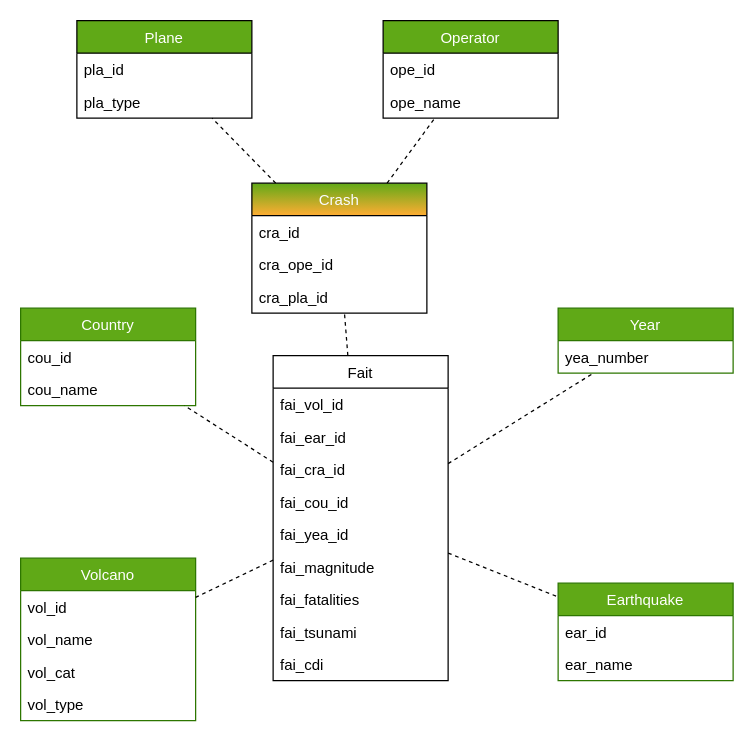
Above: projmod.drawio in MarcVo00/BiProject (draw.io), before the change. Source tidied: cells renumbered, new cells numbered last; positions are measured from the earlier drawing's top-left corner, leaving out a move shared by most shapes. Both pictures are drawn from the tidied source at 125%, with x=0, y=0 at pixel (20, 20).
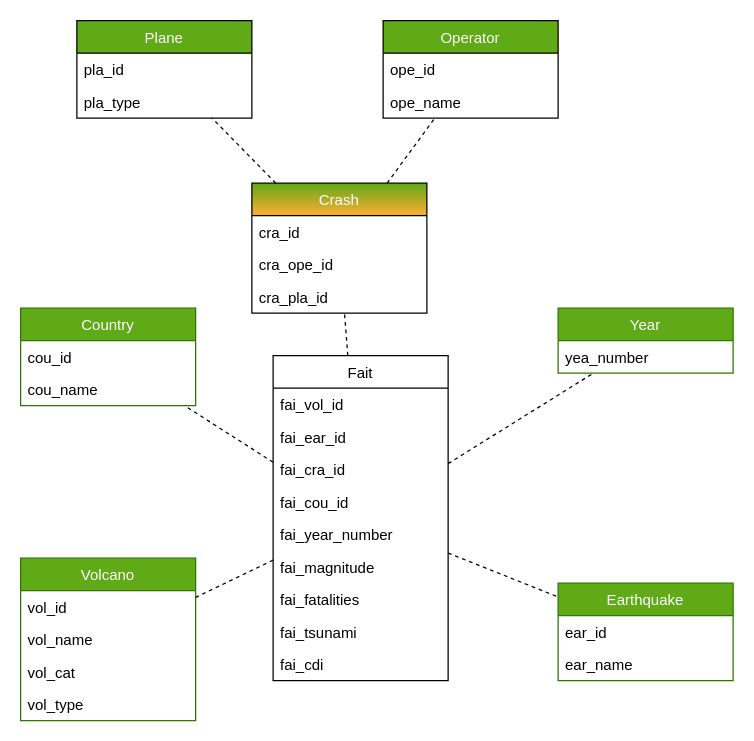
The same diagram, later.

The change refers to these unchanged cells:
```xml
<mxCell id="32" value="Fait" style="swimlane;fontStyle=0;horizontal=1;startSize=26;fillColor=none;" parent="1" vertex="1">
  <mxGeometry x="202" y="268" width="140" height="260" as="geometry" />
</mxCell>
```

The edit, as a diff of the source:
```diff
@@
-    <mxCell id="37" value="fai_yea_id" style="text;strokeColor=none;fillColor=none;align=left;verticalAlign=top;spacingLeft=4;spacingRight=4;overflow=hidden;" parent="32" vertex="1">
+    <mxCell id="37" value="fai_year_number&#10;" style="text;strokeColor=none;fillColor=none;align=left;verticalAlign=top;spacingLeft=4;spacingRight=4;overflow=hidden;" parent="32" vertex="1">
       <mxGeometry y="130" width="140" height="26" as="geometry" />
     </mxCell>
```
